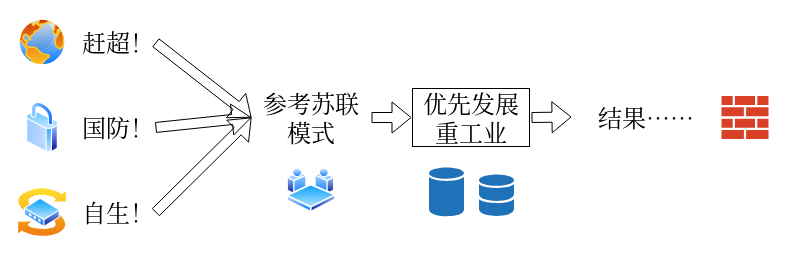
Before: Maogai_final.d/draw.io/Chapter1-Conflict.drawio in What410802/Maogai_final, a draw.io diagram. Source tidied: cells renumbered, new cells numbered last; positions are measured from the earlier drawing's top-left corner, leaving out a move shared by most shapes. Both pictures are drawn from the tidied source at 100%, with x=0, y=0 at pixel (17, 17).
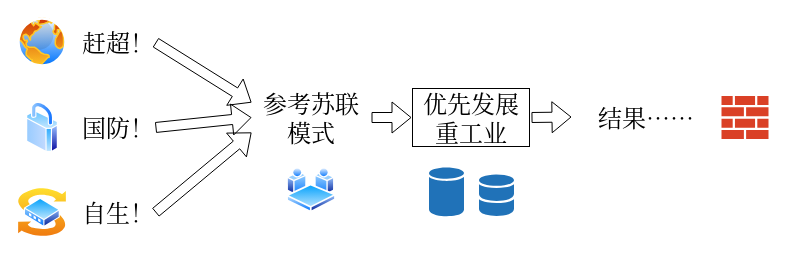
The same diagram, later.

Unchanged cells that the change refers to:
```xml
<mxCell id="3" value="赶超！" style="text;html=1;whiteSpace=wrap;strokeColor=none;fillColor=none;align=center;verticalAlign=middle;rounded=0;fontFamily=Noto Serif CJK SC;fontSize=24;" parent="1" vertex="1">
  <mxGeometry x="64" y="10" width="74" height="30" as="geometry" />
</mxCell>
<mxCell id="7" value="自生！" style="text;html=1;whiteSpace=wrap;strokeColor=none;fillColor=none;align=center;verticalAlign=middle;rounded=0;fontFamily=Noto Serif CJK SC;fontSize=24;" parent="1" vertex="1">
  <mxGeometry x="64" y="180" width="74" height="30" as="geometry" />
</mxCell>
<mxCell id="9" value="参考苏联模式" style="text;html=1;whiteSpace=wrap;strokeColor=none;fillColor=none;align=center;verticalAlign=middle;rounded=0;fontFamily=Noto Serif CJK SC;fontSize=24;" parent="1" vertex="1">
  <mxGeometry x="234" y="85" width="120" height="30" as="geometry" />
</mxCell>
```

Diff of the diagram source:
```diff
@@
-    <mxCell id="10" style="shape=flexArrow;endArrow=classic;html=1;rounded=0;exitX=1;exitY=0.5;exitDx=0;exitDy=0;entryX=0;entryY=0.5;entryDx=0;entryDy=0;fontFamily=Noto Serif CJK SC;fontSize=24;" parent="1" edge="1" source="3" target="9">
+    <mxCell id="10" style="shape=flexArrow;endArrow=classic;html=1;rounded=0;exitX=1;exitY=0.5;exitDx=0;exitDy=0;entryX=0;entryY=0;entryDx=0;entryDy=0;fontFamily=Noto Serif CJK SC;fontSize=24;" parent="1" edge="1" source="3" target="9">
       <mxGeometry relative="1" as="geometry" />
     </mxCell>
@@
-    <mxCell id="12" style="shape=flexArrow;endArrow=classic;html=1;rounded=0;exitX=1;exitY=0.5;exitDx=0;exitDy=0;entryX=0;entryY=0.5;entryDx=0;entryDy=0;fontFamily=Noto Serif CJK SC;fontSize=24;" parent="1" edge="1" source="7" target="9">
+    <mxCell id="12" style="shape=flexArrow;endArrow=classic;html=1;rounded=0;exitX=1;exitY=0.5;exitDx=0;exitDy=0;entryX=0;entryY=1;entryDx=0;entryDy=0;fontFamily=Noto Serif CJK SC;fontSize=24;" parent="1" edge="1" source="7" target="9">
       <mxGeometry relative="1" as="geometry" />
     </mxCell>
```
